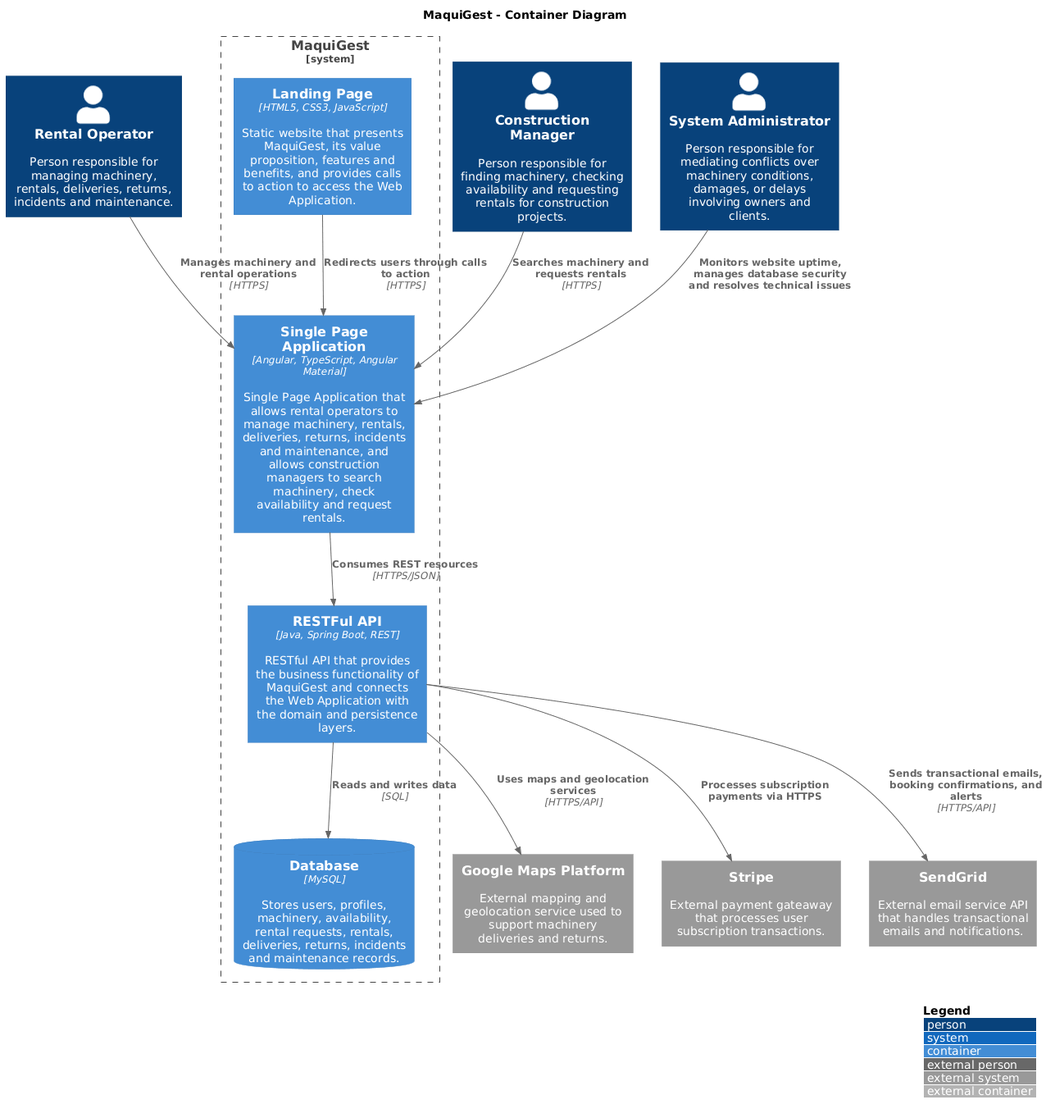
upc-pre-202620-1asi0729-7750-cleancode/maquigest-report keeps this PlantUML diagram as assets/md-images-chapter4/container-diagram.png. Above is the earlier version. Source of this version:
```plantuml
@startuml
!include https://raw.githubusercontent.com/plantuml-stdlib/C4-PlantUML/master/C4_Container.puml

title MaquiGest - Container Diagram

LAYOUT_WITH_LEGEND()

Person(rentalOperator, "Rental Operator", "Person responsible for managing machinery, rentals, deliveries, returns, incidents and maintenance.")

Person(constructionManager, "Construction Manager", "Person responsible for finding machinery, checking availability and requesting rentals for construction projects.")

Person(systemAdministrator, "System Administrator", "Person responsible for mediating conflicts over machinery conditions, damages, or delays involving owners and clients.")

System_Boundary(maquiGest, "MaquiGest") {

    Container(landingPage, "Landing Page", "HTML5, CSS3, JavaScript", "Static website that presents MaquiGest, its value proposition, features and benefits, and provides calls to action to access the Web Application.")

    Container(spa, "Single Page Application", "Angular, TypeScript, Angular Material", "Single Page Application that allows rental operators to manage machinery, rentals, deliveries, returns, incidents and maintenance, and allows construction managers to search machinery, check availability and request rentals.")

    Container(api, "RESTFul API", "Java, Spring Boot, REST", "RESTful API that provides the business functionality of MaquiGest and connects the Web Application with the domain and persistence layers.")

    ContainerDb(database, "Database", "MySQL", "Stores users, profiles, machinery, availability, rental requests, rentals, deliveries, returns, incidents and maintenance records.")
}

System_Ext(googleMaps, "Google Maps Platform", "External mapping and geolocation service used to support machinery deliveries and returns.")

System_Ext(stripe, "Stripe", "External payment gateaway that processes user subscription transactions.")

System_Ext(sendGrid, "SendGrid", "External email service API that handles transactional emails and notifications.")

Rel(landingPage, spa, "Redirects users through calls to action", "HTTPS")

Rel(rentalOperator, spa, "Manages machinery and rental operations", "HTTPS")

Rel(constructionManager, spa, "Searches machinery and requests rentals", "HTTPS")

Rel(systemAdministrator, spa, "Monitors website uptime, manages database security and resolves technical issues")

Rel(spa, api, "Consumes REST resources", "HTTPS/JSON")

Rel(api, database, "Reads and writes data", "SQL")

Rel(api, googleMaps, "Uses maps and geolocation services", "HTTPS/API")

Rel(api, stripe, "Processes subscription payments via HTTPS")

Rel(api, sendGrid, "Sends transactional emails, booking confirmations, and alerts", "HTTPS/API")
@enduml
```
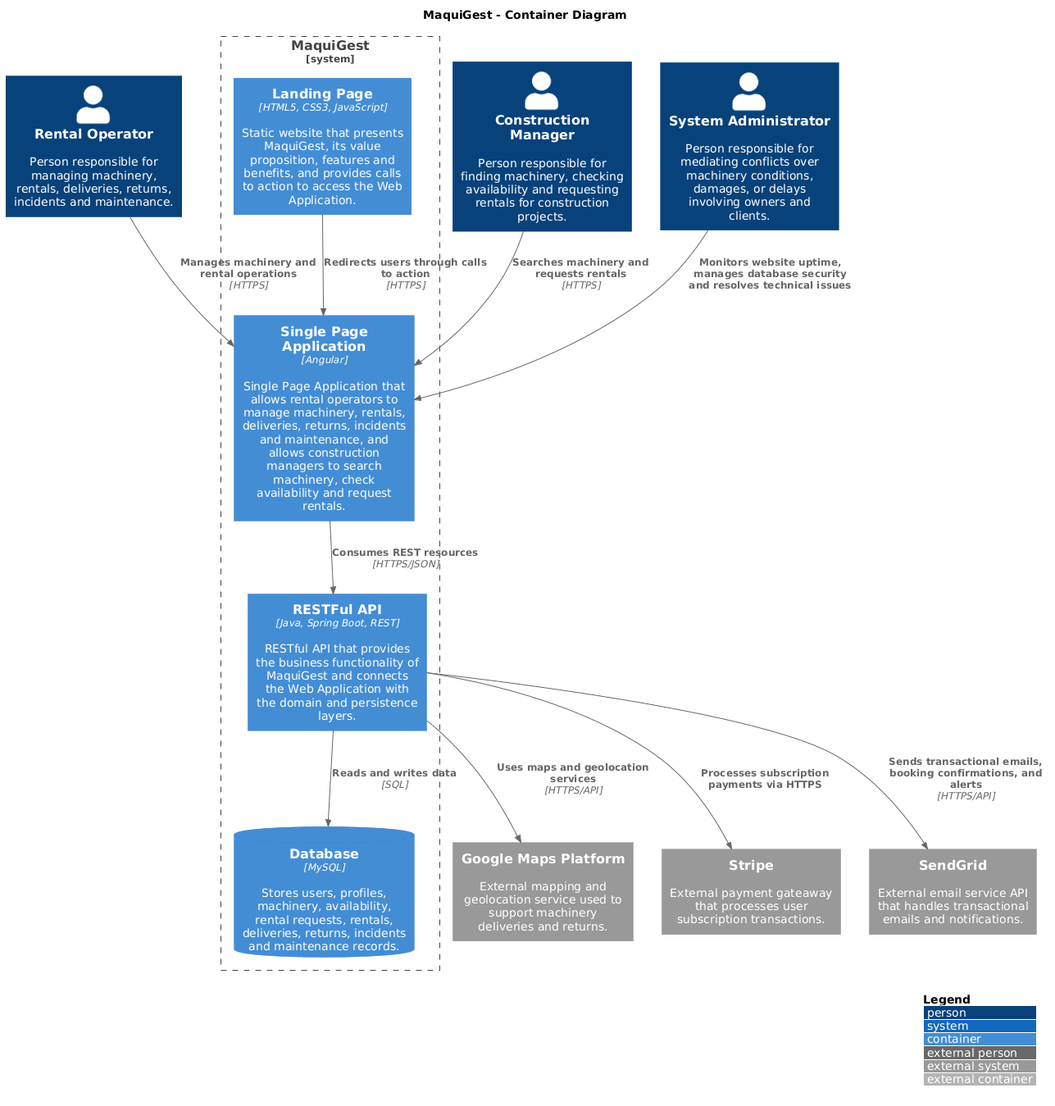
The same file after the commit.

Commit message:
docs(component-diagram): add detailed rentals bounded context.

Diff of the diagram source:
```diff
@@ -15,7 +15,7 @@
 
     Container(landingPage, "Landing Page", "HTML5, CSS3, JavaScript", "Static website that presents MaquiGest, its value proposition, features and benefits, and provides calls to action to access the Web Application.")
 
-    Container(spa, "Single Page Application", "Angular, TypeScript, Angular Material", "Single Page Application that allows rental operators to manage machinery, rentals, deliveries, returns, incidents and maintenance, and allows construction managers to search machinery, check availability and request rentals.")
+    Container(spa, "Single Page Application", "Angular", "Single Page Application that allows rental operators to manage machinery, rentals, deliveries, returns, incidents and maintenance, and allows construction managers to search machinery, check availability and request rentals.")
 
     Container(api, "RESTFul API", "Java, Spring Boot, REST", "RESTful API that provides the business functionality of MaquiGest and connects the Web Application with the domain and persistence layers.")
 
```
